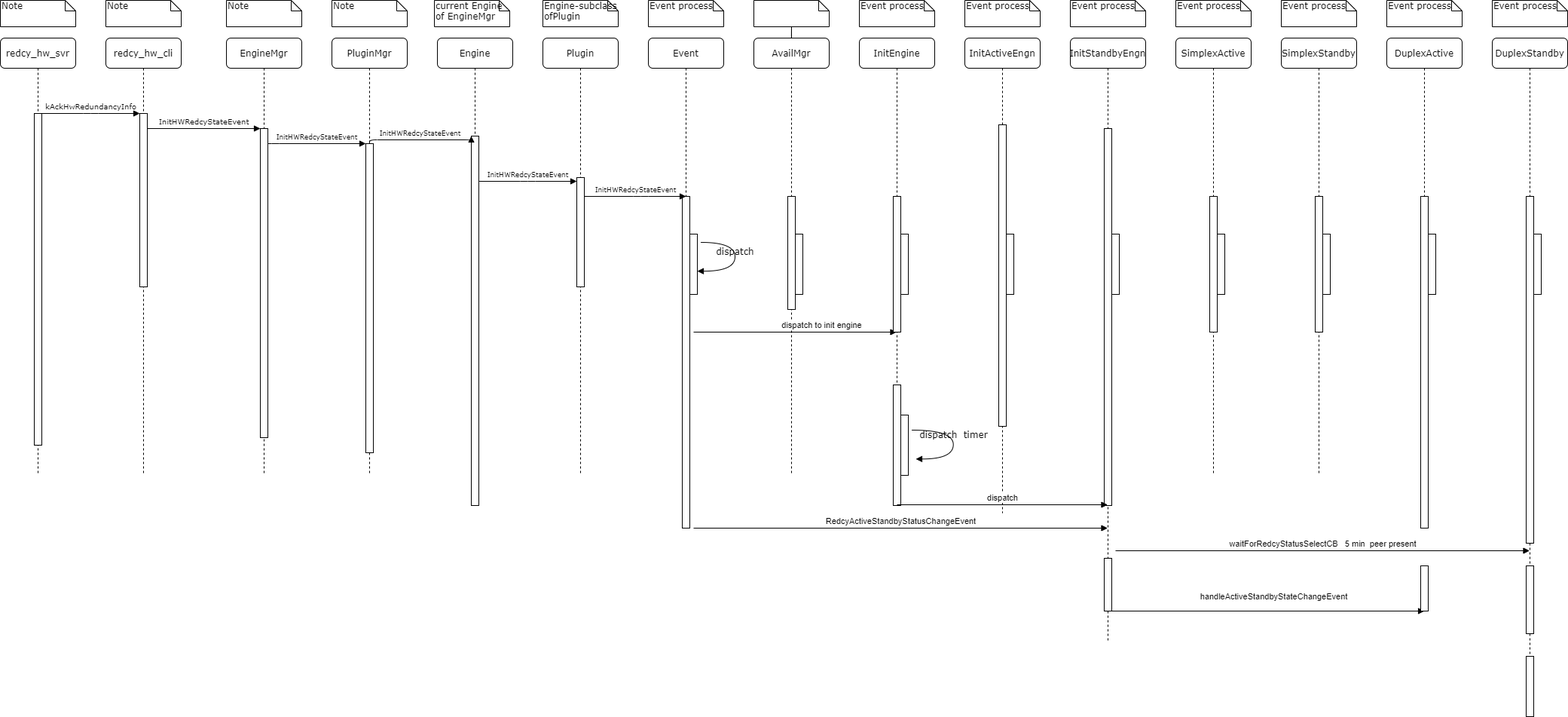
Earlier version of the draw.io export UML/StartStandbyRedundancy.png (Steve888888/FN-Redundancy). Source tidied: cells renumbered, new cells last; positions are measured from the earlier drawing's top-left corner, leaving out a move shared by most shapes.
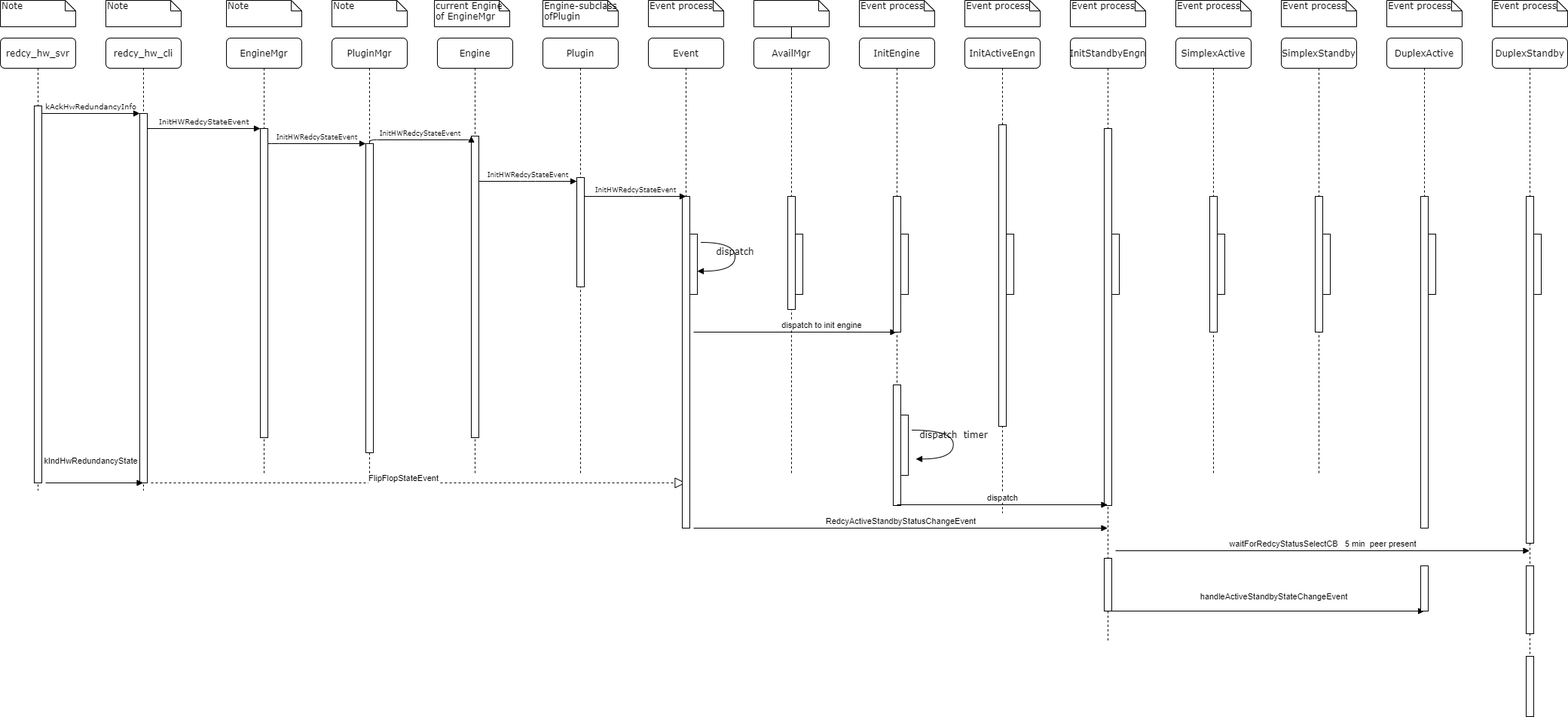
Later version of the same file.

Diff of the diagram source:
```diff
@@ -3,11 +3,19 @@
     <mxCell id="0" />
     <mxCell id="1" parent="0" />
     <mxCell id="2" value="redcy_hw_cli" style="shape=umlLifeline;perimeter=lifelinePerimeter;whiteSpace=wrap;html=1;outlineConnect=0;rounded=1;shadow=0;comic=0;labelBackgroundColor=none;strokeWidth=1;fontFamily=Verdana;fontSize=12;align=center;" parent="1" vertex="1">
-      <mxGeometry x="140" y="50" width="100" height="580" as="geometry" />
+      <mxGeometry x="140" y="50" width="100" height="600" as="geometry" />
     </mxCell>
     <mxCell id="3" style="html=1;points=[];perimeter=orthogonalPerimeter;rounded=0;shadow=0;comic=0;labelBackgroundColor=none;strokeWidth=1;fontFamily=Verdana;fontSize=12;align=center;" parent="2" vertex="1">
-      <mxGeometry x="45" y="100" width="10" height="230" as="geometry" />
+      <mxGeometry x="45" y="100" width="10" height="490" as="geometry" />
     </mxCell>
+    <mxCell id="76" style="endArrow=block;dashed=1;endFill=0;endSize=12;html=1;" parent="2" edge="1" target="10">
+      <mxGeometry relative="1" as="geometry">
+        <mxPoint x="60" y="590" as="sourcePoint" />
+      </mxGeometry>
+    </mxCell>
+    <mxCell id="77" value="FlipFlopStateEvent" style="edgeLabel;html=1;align=center;verticalAlign=middle;" parent="76" vertex="1">
+      <mxGeometry x="-0.06" y="7" relative="1" as="geometry" />
+    </mxCell>
     <mxCell id="4" value="&lt;span&gt;EngineMgr&lt;/span&gt;" style="shape=umlLifeline;perimeter=lifelinePerimeter;whiteSpace=wrap;html=1;rounded=1;shadow=0;comic=0;labelBackgroundColor=none;strokeWidth=1;fontFamily=Verdana;fontSize=12;align=center;" parent="1" vertex="1">
       <mxGeometry x="300" y="50" width="100" height="580" as="geometry" />
     </mxCell>
@@ -36,11 +44,16 @@
       <mxGeometry x="55" y="260" width="10" height="80" as="geometry" />
     </mxCell>
     <mxCell id="13" value="redcy_hw_svr" style="shape=umlLifeline;perimeter=lifelinePerimeter;whiteSpace=wrap;html=1;rounded=1;shadow=0;comic=0;labelBackgroundColor=none;strokeWidth=1;fontFamily=Verdana;fontSize=12;align=center;" parent="1" vertex="1">
-      <mxGeometry y="50" width="100" height="580" as="geometry" />
+      <mxGeometry y="50" width="100" height="600" as="geometry" />
     </mxCell>
     <mxCell id="14" style="html=1;points=[];perimeter=orthogonalPerimeter;rounded=0;shadow=0;comic=0;labelBackgroundColor=none;strokeWidth=1;fontFamily=Verdana;fontSize=12;align=center;" parent="13" vertex="1">
-      <mxGeometry x="45" y="100" width="10" height="440" as="geometry" />
+      <mxGeometry x="45" y="90" width="10" height="500" as="geometry" />
     </mxCell>
+    <mxCell id="78" value="kIndHwRedundancyState" style="html=1;verticalAlign=bottom;endArrow=block;" parent="13" edge="1" target="2">
+      <mxGeometry x="-0.07" y="20" relative="1" as="geometry">
+        <mxPoint x="60" y="590" as="sourcePoint" />
+      </mxGeometry>
+    </mxCell>
     <mxCell id="15" style="html=1;points=[];perimeter=orthogonalPerimeter;rounded=0;shadow=0;comic=0;labelBackgroundColor=none;strokeWidth=1;fontFamily=Verdana;fontSize=12;align=center;" parent="1" vertex="1">
       <mxGeometry x="485" y="190" width="10" height="410" as="geometry" />
     </mxCell>
@@ -52,7 +65,7 @@
       </mxGeometry>
     </mxCell>
     <mxCell id="17" style="html=1;points=[];perimeter=orthogonalPerimeter;rounded=0;shadow=0;comic=0;labelBackgroundColor=none;strokeWidth=1;fontFamily=Verdana;fontSize=12;align=center;" parent="1" vertex="1">
-      <mxGeometry x="625" y="180" width="10" height="490" as="geometry" />
+      <mxGeometry x="625" y="180" width="10" height="400" as="geometry" />
     </mxCell>
     <mxCell id="18" value="&lt;span style=&quot;font-size: 9px&quot;&gt;InitHWRedcyStateEvent&lt;/span&gt;" style="html=1;verticalAlign=bottom;endArrow=block;entryX=0;entryY=0;labelBackgroundColor=none;fontFamily=Verdana;fontSize=12;edgeStyle=elbowEdgeStyle;elbow=vertical;" parent="1" edge="1" source="15" target="17">
       <mxGeometry relative="1" as="geometry" />
```
